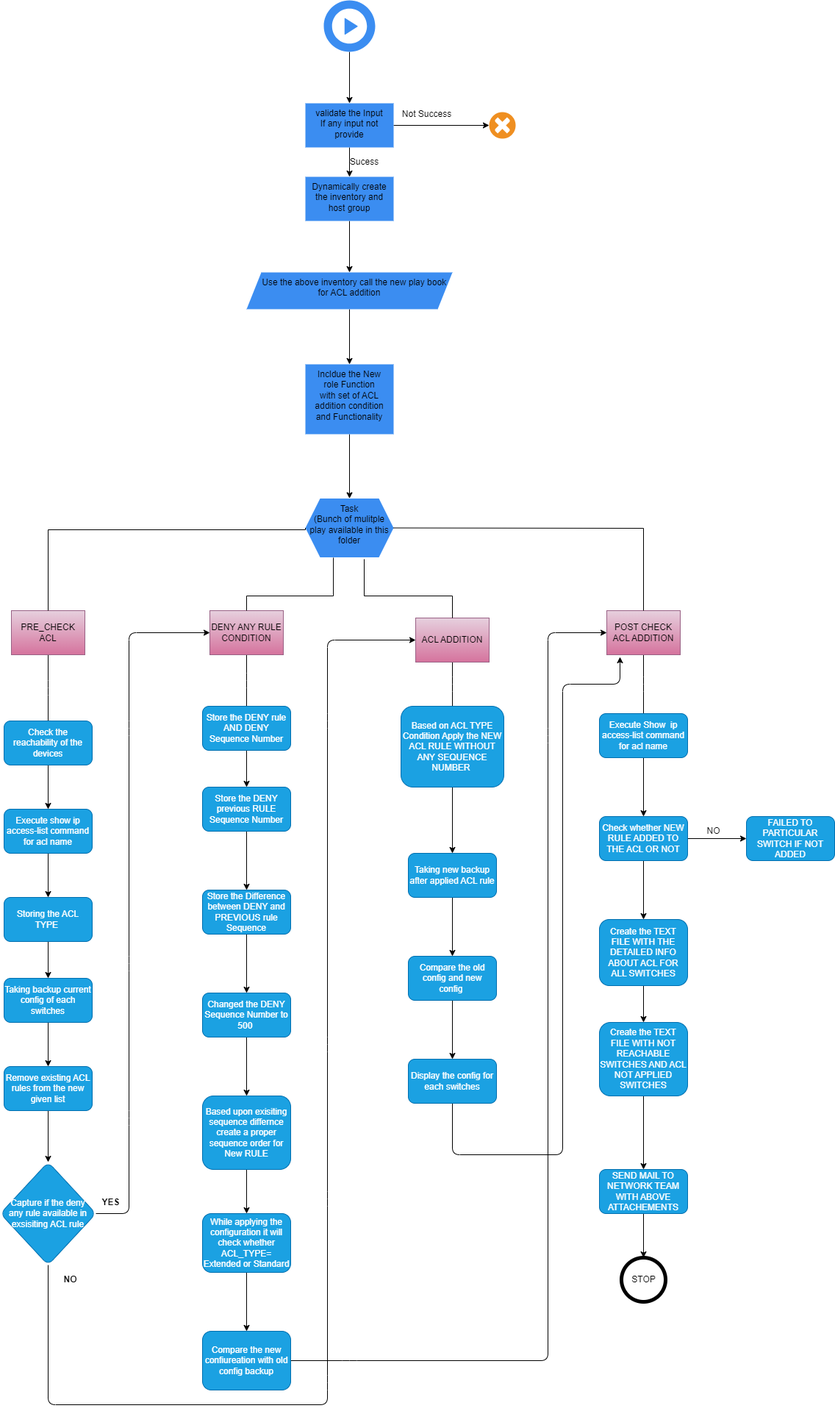
This is acl-creation/Flow-diagram.drawio.png from sudhann92/network-client, a draw.io export, as it was before one commit. Source tidied: cells renumbered, new cells last; positions are measured from the earlier drawing's top-left corner, leaving out a move shared by most shapes.
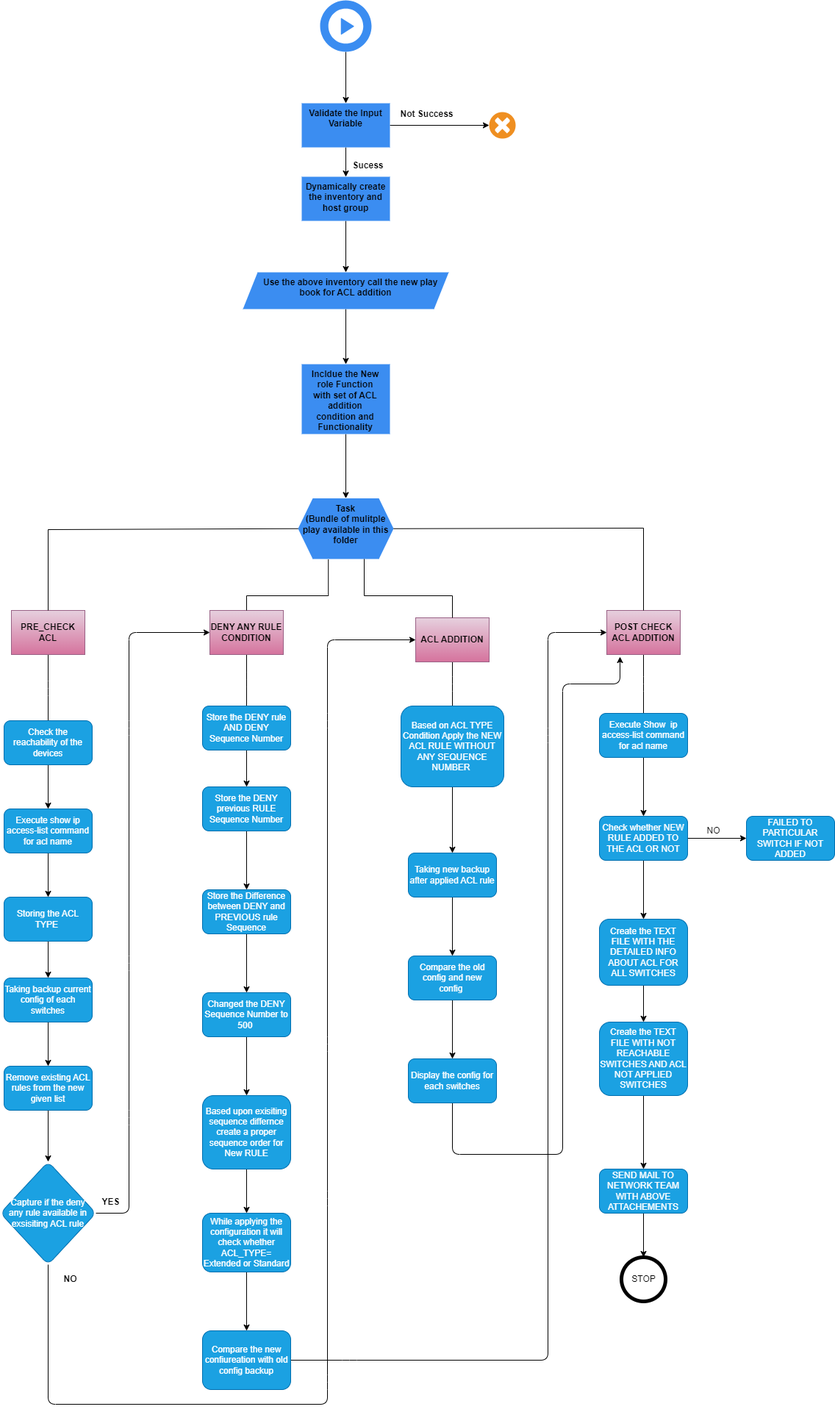
Above is the later version.

Diff of the diagram source:
```diff
@@ -9,7 +9,7 @@
       <mxGeometry relative="1" as="geometry" />
     </mxCell>
     <mxCell id="4" style="sketch=0;html=1;strokeColor=none;shadow=0;align=center;verticalAlign=top;fillColor=#3B8DF1;shape=mxgraph.gcp2.play_start;" parent="1" vertex="1">
-      <mxGeometry x="440" width="70" height="70" as="geometry" />
+      <mxGeometry x="435" width="70" height="70" as="geometry" />
     </mxCell>
     <mxCell id="5" style="edgeStyle=none;html=1;" parent="1" edge="1" source="7" target="2">
       <mxGeometry relative="1" as="geometry" />
@@ -17,40 +17,40 @@
     <mxCell id="6" style="edgeStyle=none;html=1;" parent="1" edge="1" source="7" target="9">
       <mxGeometry relative="1" as="geometry" />
     </mxCell>
-    <mxCell id="7" value="validate the Input&lt;br&gt;If any input not provide" style="whiteSpace=wrap;html=1;verticalAlign=top;fillColor=#3B8DF1;strokeColor=none;sketch=0;shadow=0;" parent="1" vertex="1">
-      <mxGeometry x="415" y="140" width="120" height="60" as="geometry" />
+    <mxCell id="7" value="&lt;b&gt;Validate the Input&lt;br&gt;Variable&lt;br&gt;&lt;/b&gt;" style="whiteSpace=wrap;html=1;verticalAlign=top;fillColor=#3B8DF1;strokeColor=none;sketch=0;shadow=0;" parent="1" vertex="1">
+      <mxGeometry x="410" y="140" width="120" height="60" as="geometry" />
     </mxCell>
     <mxCell id="8" style="edgeStyle=none;html=1;" parent="1" edge="1" source="9" target="13">
       <mxGeometry relative="1" as="geometry" />
     </mxCell>
-    <mxCell id="9" value="Dynamically create the inventory and host group" style="whiteSpace=wrap;html=1;verticalAlign=top;fillColor=#3B8DF1;strokeColor=none;sketch=0;shadow=0;" parent="1" vertex="1">
-      <mxGeometry x="415" y="240" width="120" height="60" as="geometry" />
+    <mxCell id="9" value="&lt;b&gt;Dynamically create the inventory and host group&lt;/b&gt;" style="whiteSpace=wrap;html=1;verticalAlign=top;fillColor=#3B8DF1;strokeColor=none;sketch=0;shadow=0;" parent="1" vertex="1">
+      <mxGeometry x="410" y="240" width="120" height="60" as="geometry" />
     </mxCell>
-    <mxCell id="10" value="Not Success" style="text;html=1;align=center;verticalAlign=middle;strokeColor=none;fillColor=none;" parent="1" vertex="1">
-      <mxGeometry x="535" y="140" width="90" height="30" as="geometry" />
+    <mxCell id="10" value="&lt;b&gt;Not Success&lt;/b&gt;" style="text;html=1;align=center;verticalAlign=middle;strokeColor=none;fillColor=none;" parent="1" vertex="1">
+      <mxGeometry x="530" y="140" width="100" height="30" as="geometry" />
     </mxCell>
-    <mxCell id="11" value="Sucess" style="text;html=1;align=center;verticalAlign=middle;strokeColor=none;fillColor=none;" parent="1" vertex="1">
-      <mxGeometry x="465" y="205" width="60" height="30" as="geometry" />
+    <mxCell id="11" value="&lt;b&gt;Sucess&lt;/b&gt;" style="text;html=1;align=center;verticalAlign=middle;strokeColor=none;fillColor=none;" parent="1" vertex="1">
+      <mxGeometry x="465" y="210" width="70" height="30" as="geometry" />
     </mxCell>
     <mxCell id="12" style="edgeStyle=none;html=1;" parent="1" edge="1" source="13" target="15">
       <mxGeometry relative="1" as="geometry" />
     </mxCell>
-    <mxCell id="13" value="&amp;nbsp; &amp;nbsp; Use the above inventory call the new play book for ACL addition" style="shape=parallelogram;perimeter=parallelogramPerimeter;whiteSpace=wrap;html=1;fixedSize=1;verticalAlign=top;fillColor=#3B8DF1;strokeColor=none;sketch=0;shadow=0;" parent="1" vertex="1">
-      <mxGeometry x="335" y="370" width="280" height="50" as="geometry" />
+    <mxCell id="13" value="&lt;b&gt;&amp;nbsp; &amp;nbsp; Use the above inventory call the new play book for ACL addition&lt;/b&gt;" style="shape=parallelogram;perimeter=parallelogramPerimeter;whiteSpace=wrap;html=1;fixedSize=1;verticalAlign=top;fillColor=#3B8DF1;strokeColor=none;sketch=0;shadow=0;" parent="1" vertex="1">
+      <mxGeometry x="330" y="370" width="280" height="50" as="geometry" />
     </mxCell>
     <mxCell id="14" style="edgeStyle=none;html=1;" parent="1" edge="1" source="15" target="16">
       <mxGeometry relative="1" as="geometry" />
     </mxCell>
-    <mxCell id="15" value="Incldue the New role Function with set of ACL addition condition and Functionality" style="shape=process;whiteSpace=wrap;html=1;backgroundOutline=1;verticalAlign=top;fillColor=#3B8DF1;strokeColor=none;sketch=0;shadow=0;" parent="1" vertex="1">
-      <mxGeometry x="415" y="495" width="120" height="95" as="geometry" />
+    <mxCell id="15" value="&lt;b&gt;Incldue the New role Function with set of ACL addition condition and Functionality&lt;/b&gt;" style="shape=process;whiteSpace=wrap;html=1;backgroundOutline=1;verticalAlign=top;fillColor=#3B8DF1;strokeColor=none;sketch=0;shadow=0;" parent="1" vertex="1">
+      <mxGeometry x="410" y="495" width="120" height="95" as="geometry" />
     </mxCell>
-    <mxCell id="16" value="Task&lt;br&gt;(Bunch of mulitple play available in this folder&lt;br&gt;" style="shape=hexagon;perimeter=hexagonPerimeter2;whiteSpace=wrap;html=1;fixedSize=1;verticalAlign=top;fillColor=#3B8DF1;strokeColor=none;sketch=0;shadow=0;" parent="1" vertex="1">
-      <mxGeometry x="415" y="677.5" width="120" height="80" as="geometry" />
+    <mxCell id="16" value="&lt;b&gt;Task&lt;br&gt;(Bundle of mulitple play available in this folder&lt;/b&gt;" style="shape=hexagon;perimeter=hexagonPerimeter2;whiteSpace=wrap;html=1;fixedSize=1;verticalAlign=top;fillColor=#3B8DF1;strokeColor=none;sketch=0;shadow=0;" parent="1" vertex="1">
+      <mxGeometry x="405" y="677.5" width="130" height="82.5" as="geometry" />
     </mxCell>
     <mxCell id="17" style="edgeStyle=elbowEdgeStyle;html=1;elbow=vertical;startArrow=none;endArrow=none;" parent="1" edge="1" source="18" target="61">
       <mxGeometry relative="1" as="geometry" />
     </mxCell>
-    <mxCell id="18" value="POST CHECK ACL ADDITION" style="whiteSpace=wrap;html=1;align=center;verticalAlign=middle;newEdgeStyle={&quot;edgeStyle&quot;:&quot;elbowEdgeStyle&quot;,&quot;startArrow&quot;:&quot;none&quot;,&quot;endArrow&quot;:&quot;none&quot;};fillColor=#e6d0de;strokeColor=#996185;gradientColor=#d5739d;" parent="1" vertex="1">
+    <mxCell id="18" value="&lt;b&gt;POST CHECK ACL ADDITION&lt;/b&gt;" style="whiteSpace=wrap;html=1;align=center;verticalAlign=middle;newEdgeStyle={&quot;edgeStyle&quot;:&quot;elbowEdgeStyle&quot;,&quot;startArrow&quot;:&quot;none&quot;,&quot;endArrow&quot;:&quot;none&quot;};fillColor=#e6d0de;strokeColor=#996185;gradientColor=#d5739d;" parent="1" vertex="1">
       <mxGeometry x="825" y="830" width="100" height="60" as="geometry" />
     </mxCell>
     <mxCell id="19" style="edgeStyle=elbowEdgeStyle;elbow=vertical;sourcePerimeterSpacing=0;targetPerimeterSpacing=0;startArrow=none;endArrow=none;rounded=0;curved=0;exitX=1;exitY=0.5;exitDx=0;exitDy=0;" parent="1" edge="1" source="16" target="18">
@@ -64,7 +64,7 @@
     <mxCell id="20" style="edgeStyle=elbowEdgeStyle;html=1;elbow=vertical;startArrow=none;endArrow=none;" parent="1" edge="1" source="21" target="27">
       <mxGeometry relative="1" as="geometry" />
     </mxCell>
-    <mxCell id="21" value="PRE_CHECK ACL" style="whiteSpace=wrap;html=1;align=center;verticalAlign=middle;newEdgeStyle={&quot;edgeStyle&quot;:&quot;elbowEdgeStyle&quot;,&quot;startArrow&quot;:&quot;none&quot;,&quot;endArrow&quot;:&quot;none&quot;};fillColor=#e6d0de;strokeColor=#996185;gradientColor=#d5739d;" parent="1" vertex="1">
+    <mxCell id="21" value="&lt;b&gt;PRE_CHECK ACL&lt;/b&gt;" style="whiteSpace=wrap;html=1;align=center;verticalAlign=middle;newEdgeStyle={&quot;edgeStyle&quot;:&quot;elbowEdgeStyle&quot;,&quot;startArrow&quot;:&quot;none&quot;,&quot;endArrow&quot;:&quot;none&quot;};fillColor=#e6d0de;strokeColor=#996185;gradientColor=#d5739d;" parent="1" vertex="1">
       <mxGeometry x="15" y="830" width="100" height="60" as="geometry" />
     </mxCell>
     <mxCell id="22" style="edgeStyle=elbowEdgeStyle;elbow=vertical;sourcePerimeterSpacing=0;targetPerimeterSpacing=0;startArrow=none;endArrow=none;rounded=0;curved=0;exitX=0;exitY=0.5;exitDx=0;exitDy=0;" parent="1" edge="1" source="16" target="21">
@@ -78,7 +78,7 @@
     <mxCell id="23" style="edgeStyle=elbowEdgeStyle;html=1;elbow=vertical;startArrow=none;endArrow=none;" parent="1" edge="1" source="24" target="43">
       <mxGeometry relative="1" as="geometry" />
     </mxCell>
-    <mxCell id="24" value="DENY ANY RULE CONDITION" style="whiteSpace=wrap;html=1;align=center;verticalAlign=middle;newEdgeStyle={&quot;edgeStyle&quot;:&quot;elbowEdgeStyle&quot;,&quot;startArrow&quot;:&quot;none&quot;,&quot;endArrow&quot;:&quot;none&quot;};fillColor=#e6d0de;strokeColor=#996185;gradientColor=#d5739d;" parent="1" vertex="1">
+    <mxCell id="24" value="&lt;b&gt;DENY ANY RULE CONDITION&lt;/b&gt;" style="whiteSpace=wrap;html=1;align=center;verticalAlign=middle;newEdgeStyle={&quot;edgeStyle&quot;:&quot;elbowEdgeStyle&quot;,&quot;startArrow&quot;:&quot;none&quot;,&quot;endArrow&quot;:&quot;none&quot;};fillColor=#e6d0de;strokeColor=#996185;gradientColor=#d5739d;" parent="1" vertex="1">
       <mxGeometry x="285" y="830" width="100" height="60" as="geometry" />
     </mxCell>
     <mxCell id="25" style="edgeStyle=elbowEdgeStyle;elbow=vertical;sourcePerimeterSpacing=0;targetPerimeterSpacing=0;startArrow=none;endArrow=none;rounded=0;curved=0;entryX=0.5;entryY=0;entryDx=0;entryDy=0;exitX=0.317;exitY=1.006;exitDx=0;exitDy=0;exitPerimeter=0;" parent="1" edge="1" source="16" target="24">
@@ -100,7 +100,7 @@
     <mxCell id="28" style="edgeStyle=elbowEdgeStyle;html=1;elbow=vertical;startArrow=none;endArrow=none;" parent="1" edge="1" source="29" target="46">
       <mxGeometry relative="1" as="geometry" />
     </mxCell>
-    <mxCell id="29" value="ACL ADDITION" style="whiteSpace=wrap;html=1;align=center;verticalAlign=middle;newEdgeStyle={&quot;edgeStyle&quot;:&quot;elbowEdgeStyle&quot;,&quot;startArrow&quot;:&quot;none&quot;,&quot;endArrow&quot;:&quot;none&quot;};fillColor=#e6d0de;strokeColor=#996185;gradientColor=#d5739d;" parent="1" vertex="1">
+    <mxCell id="29" value="&lt;b&gt;ACL ADDITION&lt;/b&gt;" style="whiteSpace=wrap;html=1;align=center;verticalAlign=middle;newEdgeStyle={&quot;edgeStyle&quot;:&quot;elbowEdgeStyle&quot;,&quot;startArrow&quot;:&quot;none&quot;,&quot;endArrow&quot;:&quot;none&quot;};fillColor=#e6d0de;strokeColor=#996185;gradientColor=#d5739d;" parent="1" vertex="1">
       <mxGeometry x="565" y="840" width="100" height="60" as="geometry" />
     </mxCell>
     <mxCell id="30" style="edgeStyle=elbowEdgeStyle;elbow=vertical;sourcePerimeterSpacing=0;targetPerimeterSpacing=0;startArrow=none;endArrow=none;rounded=0;curved=0;" parent="1" edge="1" target="29">
```
